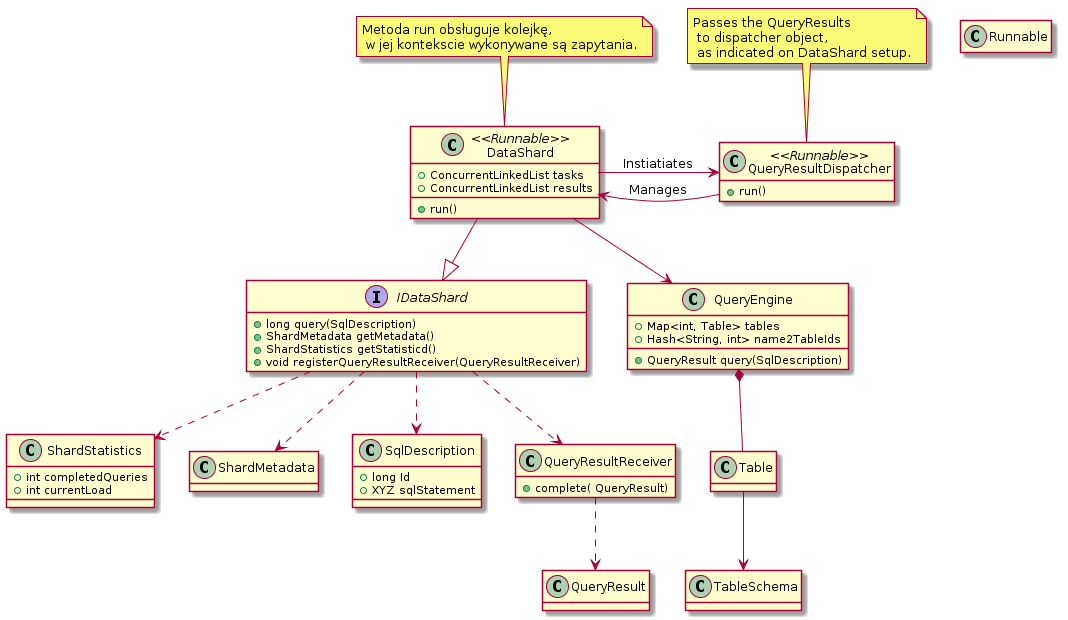
Earlier version of the PlantUML export documentation/architecture/DataShard.png (primo/rso-sql). Source of this version:
```plantuml
@startuml

interface IDataShard {
    + long query(SqlDescription)
    + ShardMetadata getMetadata()
    + ShardStatistics getStatisticd()
    + void registerQueryResultReceiver(QueryResultReceiver)
}

class DataShard --|> IDataShard

hide empty attributes
hide Runnable members


IDataShard ..> ShardStatistics
class ShardStatistics {
    + int completedQueries
    + int currentLoad
}

IDataShard ..> ShardMetadata
IDataShard ..> SqlDescription
IDataShard ..> QueryResultReceiver

class SqlDescription {
 + long Id
 + XYZ sqlStatement
}

class QueryResultReceiver {
    + complete( QueryResult)
}
QueryResultReceiver ..> QueryResult


class DataShard <<Runnable>> {
    + ConcurrentLinkedList tasks
    + ConcurrentLinkedList results
    + run()
}

note "Metoda run obs?uguje kolejk?,\n w jej kontekscie wykonywane s? zapytania." as N1
N1 .. DataShard

class QueryResultDispatcher <<Runnable>> {
    + run()
}
note "Passes the QueryResults\n to dispatcher object,\n as indicated on DataShard setup." as N2
N2 .. QueryResultDispatcher

DataShard -> QueryResultDispatcher : Instiatiates
DataShard <- QueryResultDispatcher : Manages

DataShard --> QueryEngine

class QueryEngine {
    + QueryResult query(SqlDescription)
    + Map<int, Table> tables
    + Hash<String, int> name2TableIds
}
QueryEngine *-- Table

class Table
class TableSchema
Table --> TableSchema

@enduml
```
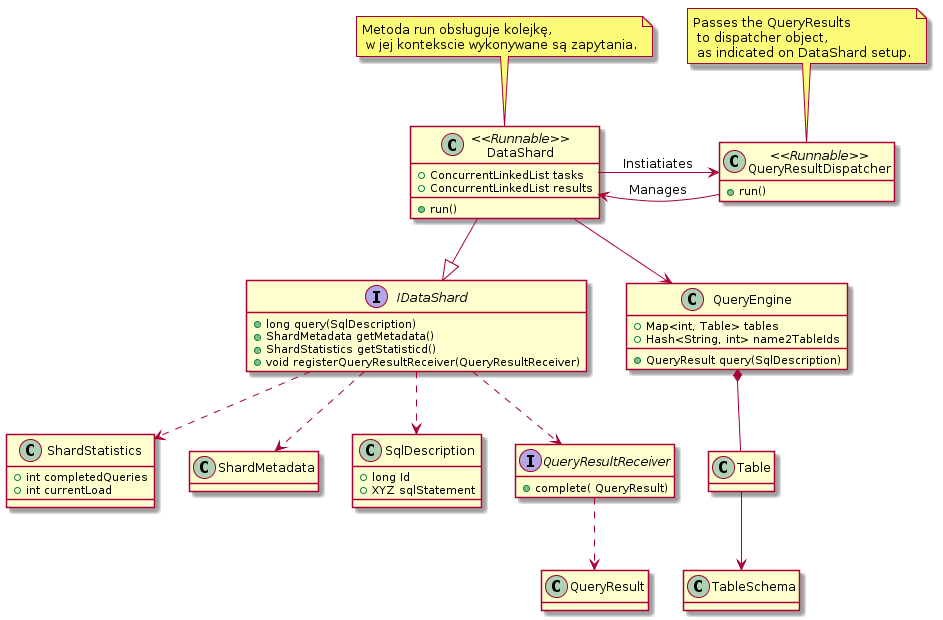
The same file after the commit.

Commit message:
New uml diagram: generic UML sequence diagram of query execution in DataShard.

Diff of the diagram source:
```diff
@@ -10,7 +10,6 @@
 class DataShard --|> IDataShard
 
 hide empty attributes
-hide Runnable members
 
 
 IDataShard ..> ShardStatistics
@@ -28,7 +27,7 @@
  + XYZ sqlStatement
 }
 
-class QueryResultReceiver {
+interface QueryResultReceiver {
     + complete( QueryResult)
 }
 QueryResultReceiver ..> QueryResult
```
